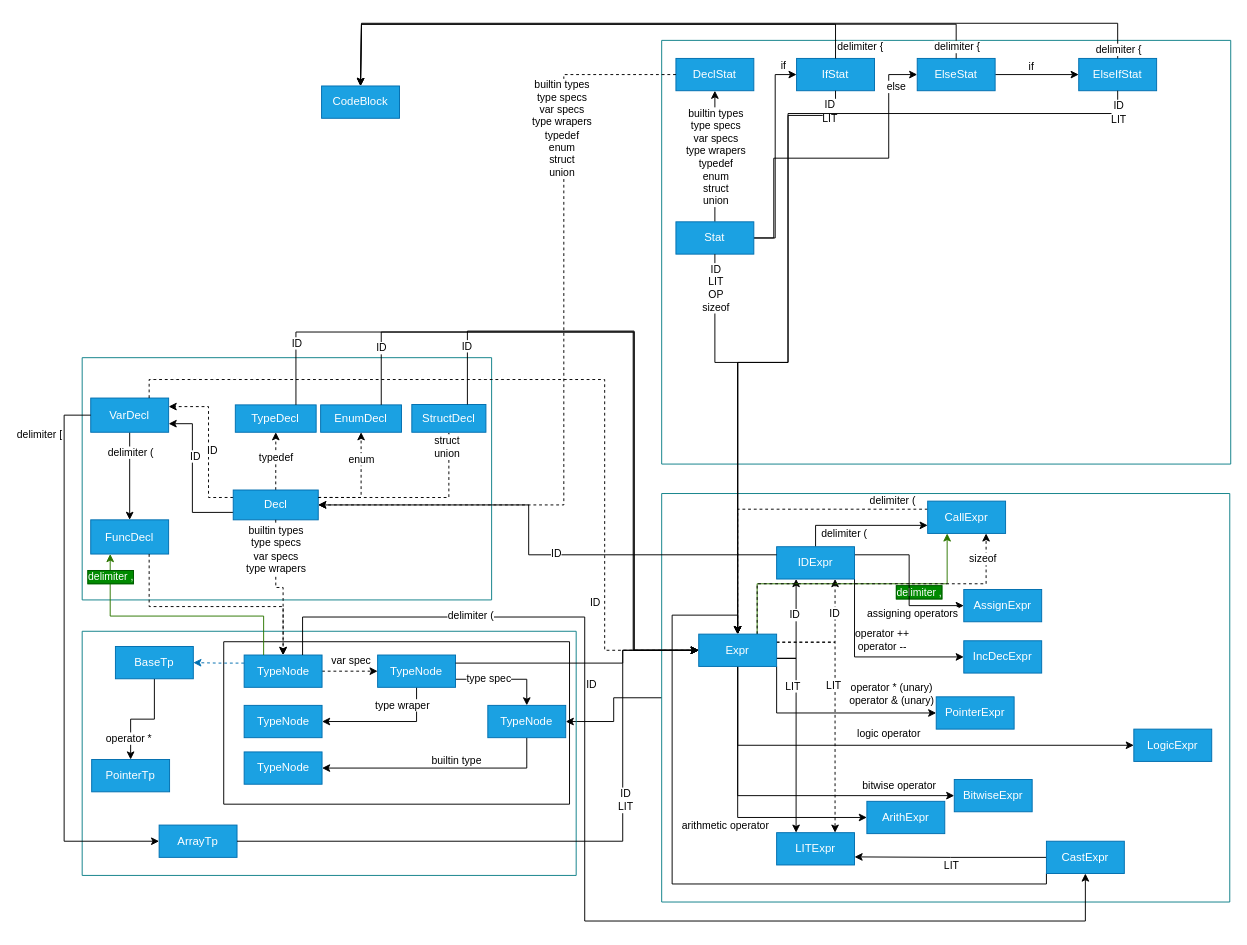
The draw.io diagram Стековая_диаграмма_МТиК.drawio in OskarGaliullin231-329/translation-university, before the edit. Source tidied: cells renumbered, new cells numbered last; positions are measured from the earlier drawing's top-left corner, leaving out a move shared by most shapes. Both pictures are drawn from the tidied source at 95%, with x=0, y=0 at pixel (64, 23).
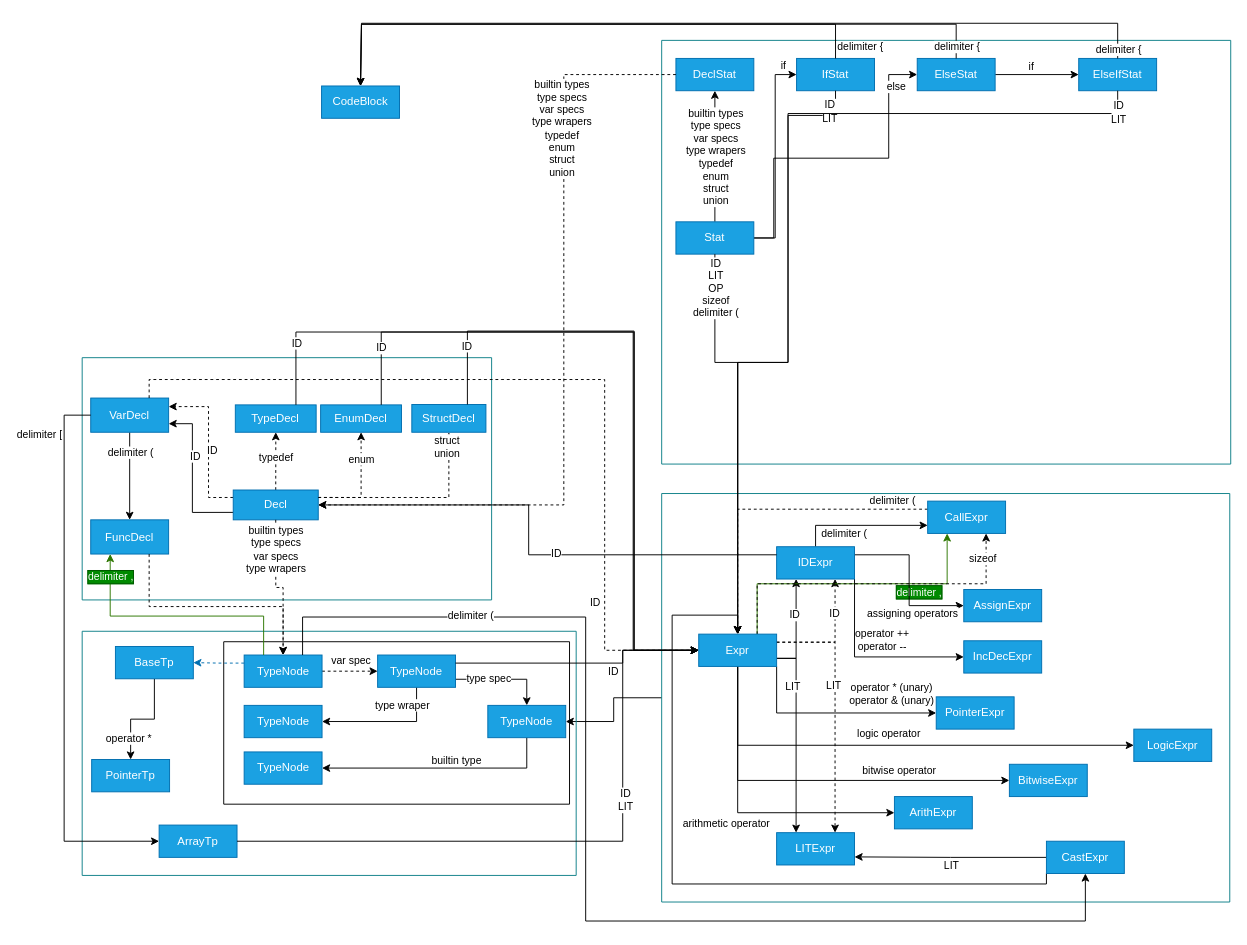
The same diagram, later.

The change refers to these unchanged cells:
```xml
<mxCell id="24" style="swimlane;startSize=0;fillColor=#b0e3e6;strokeColor=#0e8088;" parent="1" vertex="1">
  <mxGeometry x="629" y="495" width="598" height="430" as="geometry" />
</mxCell>
<mxCell id="35" style="edgeStyle=orthogonalEdgeStyle;rounded=0;jettySize=auto;html=1;exitX=0.5;exitY=1;exitDx=0;exitDy=0;entryX=0;entryY=0.5;entryDx=0;entryDy=0;" parent="24" edge="1" source="47" target="58">
  <mxGeometry relative="1" as="geometry" />
</mxCell>
<mxCell id="37" style="edgeStyle=orthogonalEdgeStyle;rounded=0;jettySize=auto;html=1;exitX=0.5;exitY=1;exitDx=0;exitDy=0;entryX=0;entryY=0.5;entryDx=0;entryDy=0;" parent="24" edge="1" source="47" target="60">
  <mxGeometry relative="1" as="geometry" />
</mxCell>
<mxCell id="66" value="CastExpr" style="rounded=0;whiteSpace=wrap;html=1;fillColor=#1ba1e2;fontColor=#ffffff;strokeColor=#006EAF;" parent="24" vertex="1">
  <mxGeometry x="405" y="366" width="82" height="34" as="geometry" />
</mxCell>
<mxCell id="71" value="TypeNode" style="rounded=0;whiteSpace=wrap;html=1;fillColor=#1ba1e2;fontColor=#ffffff;strokeColor=#006EAF;" parent="68" vertex="1">
  <mxGeometry x="21.5" y="14" width="82" height="34" as="geometry" />
</mxCell>
<mxCell id="88" style="edgeStyle=orthogonalEdgeStyle;rounded=0;jettySize=auto;html=1;exitX=1;exitY=0.25;exitDx=0;exitDy=0;entryX=0;entryY=0.5;entryDx=0;entryDy=0;" parent="1" edge="1" source="79" target="47">
  <mxGeometry relative="1" as="geometry">
    <Array as="points">
      <mxPoint x="588" y="673" />
      <mxPoint x="588" y="660" />
    </Array>
  </mxGeometry>
</mxCell>
<mxCell id="134" style="edgeStyle=orthogonalEdgeStyle;rounded=0;jettySize=auto;html=1;exitX=0.5;exitY=1;exitDx=0;exitDy=0;entryX=0.5;entryY=0;entryDx=0;entryDy=0;" parent="1" edge="1" source="114" target="47">
  <mxGeometry relative="1" as="geometry">
    <Array as="points">
      <mxPoint x="685" y="357" />
      <mxPoint x="709" y="357" />
    </Array>
  </mxGeometry>
</mxCell>
```

Change to the diagram source:
```diff
@@
     <mxCell id="36" value="arithmetic operator" style="edgeLabel;html=1;align=center;verticalAlign=middle;" parent="35" vertex="1">
       <mxGeometry x="-0.59" y="2" relative="1" as="geometry">
-        <mxPoint x="-16" y="107" as="offset" />
+        <mxPoint x="-15" y="99" as="offset" />
       </mxGeometry>
     </mxCell>
@@
     <mxCell id="38" value="bitwise operator" style="edgeLabel;html=1;align=center;verticalAlign=middle;" parent="37" vertex="1">
       <mxGeometry x="-0.53" y="2" relative="1" as="geometry">
-        <mxPoint x="167" y="39" as="offset" />
+        <mxPoint x="167" y="14" as="offset" />
       </mxGeometry>
     </mxCell>
@@
     <mxCell id="58" value="ArithExpr" style="rounded=0;whiteSpace=wrap;html=1;fillColor=#1ba1e2;fontColor=#ffffff;strokeColor=#006EAF;" parent="24" vertex="1">
-      <mxGeometry x="216" y="324" width="82" height="34" as="geometry" />
+      <mxGeometry x="245" y="319" width="82" height="34" as="geometry" />
     </mxCell>
@@
     <mxCell id="60" value="BitwiseExpr" style="rounded=0;whiteSpace=wrap;html=1;fillColor=#1ba1e2;fontColor=#ffffff;strokeColor=#006EAF;" parent="24" vertex="1">
-      <mxGeometry x="308" y="301" width="82" height="34" as="geometry" />
+      <mxGeometry x="366" y="285" width="82" height="34" as="geometry" />
     </mxCell>
@@
     <mxCell id="89" value="ID" style="edgeLabel;html=1;align=center;verticalAlign=middle;" parent="88" vertex="1">
       <mxGeometry x="-0.38" y="2" relative="1" as="geometry">
-        <mxPoint x="58" y="24" as="offset" />
+        <mxPoint x="81" y="11" as="offset" />
       </mxGeometry>
     </mxCell>
@@
-    <mxCell id="135" value="&lt;div&gt;ID&lt;/div&gt;&lt;div&gt;LIT&lt;/div&gt;&lt;div&gt;OP&lt;/div&gt;&lt;div&gt;sizeof&lt;/div&gt;" style="edgeLabel;html=1;align=center;verticalAlign=middle;" parent="134" vertex="1">
+    <mxCell id="135" value="&lt;div&gt;ID&lt;/div&gt;&lt;div&gt;LIT&lt;/div&gt;&lt;div&gt;OP&lt;/div&gt;&lt;div&gt;sizeof&lt;/div&gt;&lt;div&gt;delimiter (&lt;/div&gt;" style="edgeLabel;html=1;align=center;verticalAlign=middle;" parent="134" vertex="1">
       <mxGeometry x="-0.92" y="3" relative="1" as="geometry">
         <mxPoint x="-3" y="18" as="offset" />
       </mxGeometry>
     </mxCell>
     <mxCell id="136" style="edgeStyle=orthogonalEdgeStyle;rounded=0;jettySize=auto;html=1;exitX=0.75;exitY=0;exitDx=0;exitDy=0;entryX=0.5;entryY=1;entryDx=0;entryDy=0;" parent="1" edge="1" source="71" target="66">
       <mxGeometry relative="1" as="geometry">
         <Array as="points">
           <mxPoint x="251" y="625" />
-          <mxPoint x="548" y="625" />
-          <mxPoint x="548" y="945" />
+          <mxPoint x="549" y="625" />
+          <mxPoint x="549" y="945" />
           <mxPoint x="1075" y="945" />
         </Array>
       </mxGeometry>
     </mxCell>
```
